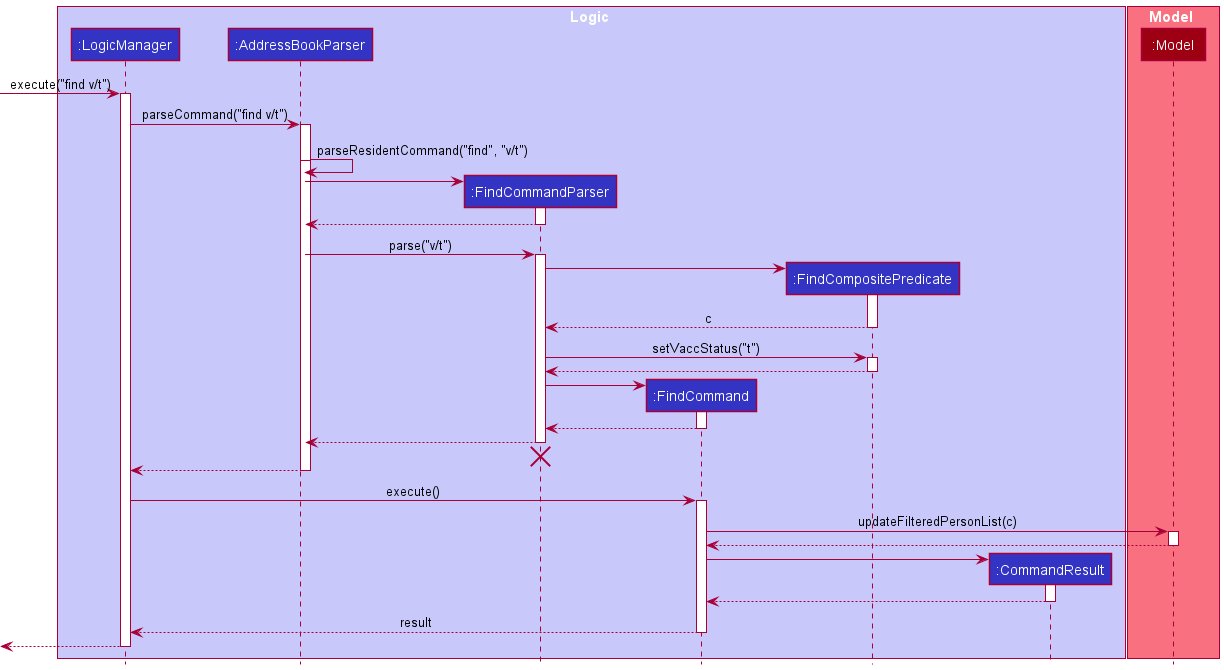
Earlier version of the PlantUML export docs/images/logic/commands/findcommand/FindCommandSequenceDiagram.png (nus-cs2103-AY2122S1/tp).
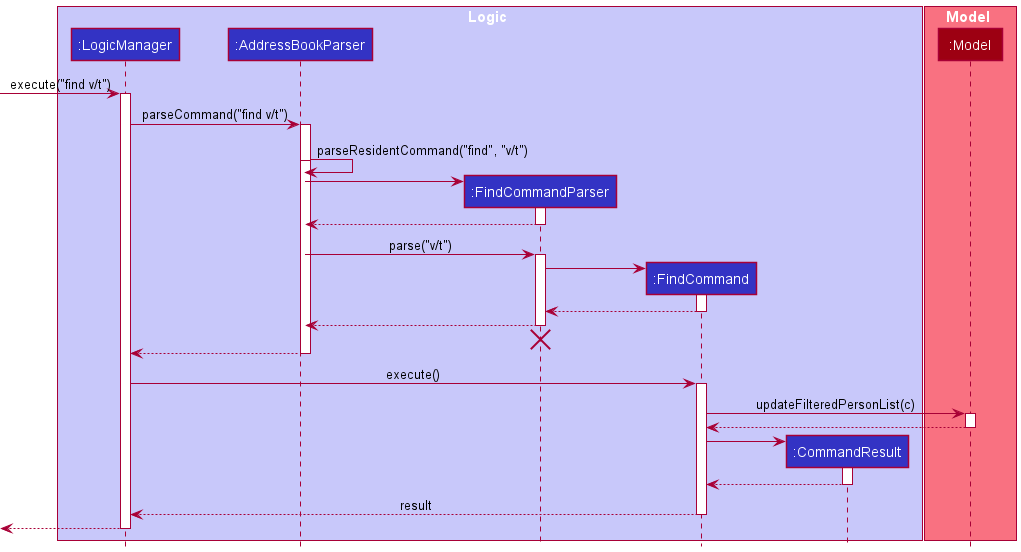
After the change.

Commit message:
Change diagram widths

Change to the diagram source:
```diff
@@ -6,7 +6,6 @@
 participant ":AddressBookParser" as AddressBookParser LOGIC_COLOR
 participant ":FindCommandParser" as FindCommandParser LOGIC_COLOR
 participant ":FindCommand" as FindCommand LOGIC_COLOR
-participant ":FindCompositePredicate" as FindCompositePredicate LOGIC_COLOR
 participant ":CommandResult" as CommandResult LOGIC_COLOR
 end box
 
@@ -33,18 +32,6 @@
 
 AddressBookParser -> FindCommandParser : parse("v/t")
 activate FindCommandParser
-
-create FindCompositePredicate
-FindCommandParser -> FindCompositePredicate
-activate FindCompositePredicate
-
-FindCompositePredicate --> FindCommandParser : c
-deactivate FindCompositePredicate
-
-FindCommandParser -> FindCompositePredicate : setVaccStatus("t")
-activate FindCompositePredicate
-FindCompositePredicate --> FindCommandParser
-deactivate FindCompositePredicate
 
 create FindCommand
 FindCommandParser -> FindCommand
```
